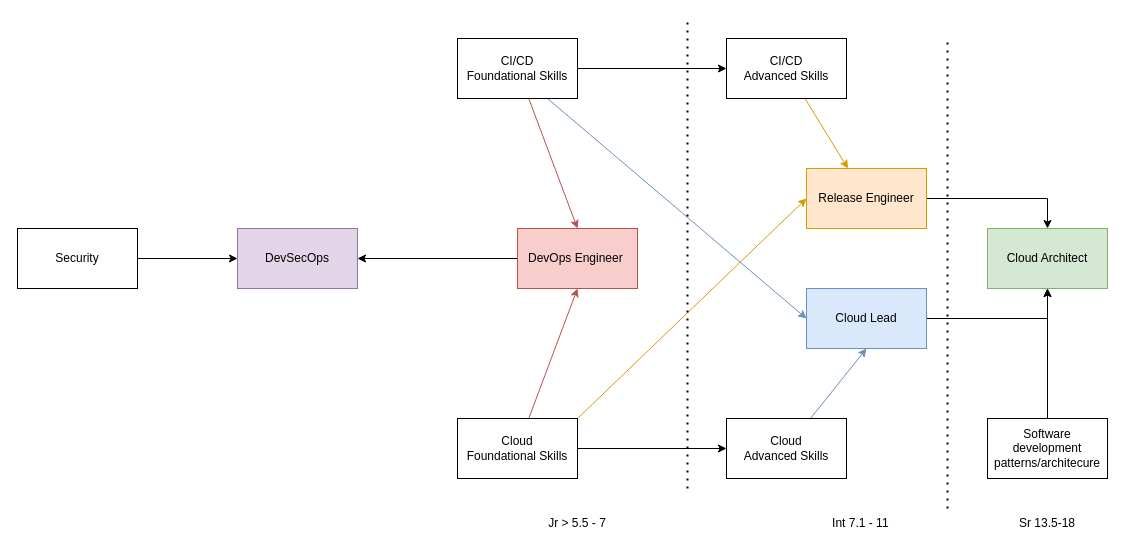
acalder88/devops keeps this draw.io diagram as Untitled Diagram.drawio. Above is the earlier version. Source tidied: cells renumbered, new cells numbered last; positions are measured from the earlier drawing's top-left corner, leaving out a move shared by most shapes. Both pictures are drawn from the tidied source at 100%, with x=0, y=0 at pixel (17, 18).
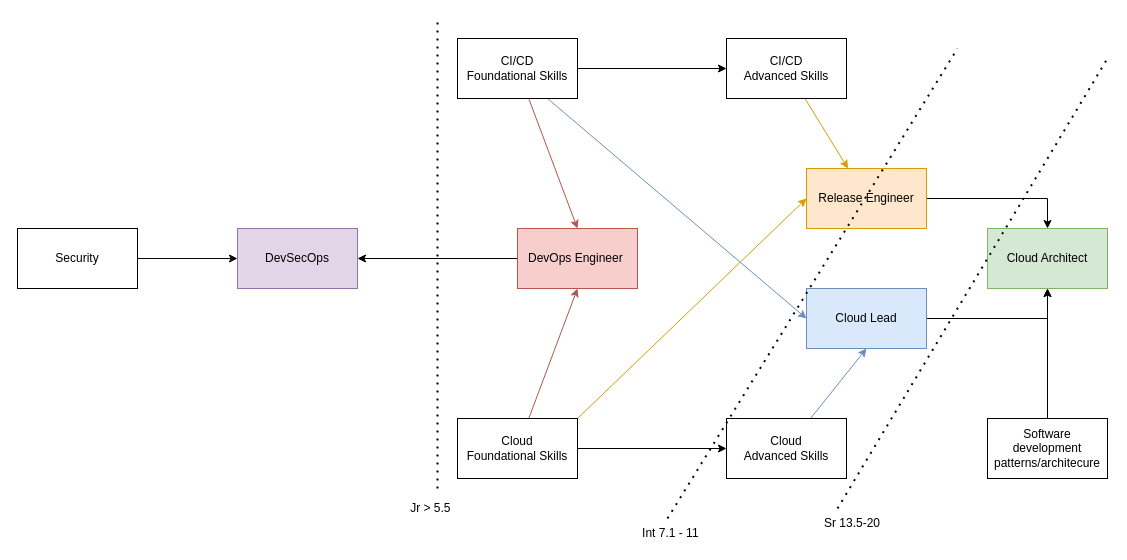
The same diagram, later.

What changed in the source:
```diff
@@
     <mxCell id="26" style="endArrow=none;dashed=1;html=1;dashPattern=1 3;strokeWidth=2;" parent="1" edge="1">
       <mxGeometry relative="1" as="geometry">
-        <mxPoint x="670" y="470" as="sourcePoint" />
-        <mxPoint x="670" as="targetPoint" />
+        <mxPoint x="420" y="470" as="sourcePoint" />
+        <mxPoint x="420" as="targetPoint" />
       </mxGeometry>
     </mxCell>
     <mxCell id="27" style="endArrow=none;dashed=1;html=1;dashPattern=1 3;strokeWidth=2;" parent="1" edge="1">
       <mxGeometry relative="1" as="geometry">
-        <mxPoint x="930" y="490" as="sourcePoint" />
-        <mxPoint x="930" y="20" as="targetPoint" />
+        <mxPoint x="650" y="500" as="sourcePoint" />
+        <mxPoint x="940" y="30" as="targetPoint" />
       </mxGeometry>
     </mxCell>
-    <mxCell id="28" value="Jr &amp;gt; 5.5 - 7" style="text;html=1;strokeColor=none;fillColor=none;align=center;verticalAlign=middle;whiteSpace=wrap;rounded=0;" parent="1" vertex="1">
-      <mxGeometry x="505" y="495" width="110" height="20" as="geometry" />
+    <mxCell id="28" value="Jr &amp;gt; 5.5&amp;nbsp;" style="text;html=1;strokeColor=none;fillColor=none;align=center;verticalAlign=middle;whiteSpace=wrap;rounded=0;" parent="1" vertex="1">
+      <mxGeometry x="360" y="480" width="110" height="20" as="geometry" />
     </mxCell>
     <mxCell id="29" value="Int 7.1 - 11&amp;nbsp;" style="text;html=1;strokeColor=none;fillColor=none;align=center;verticalAlign=middle;whiteSpace=wrap;rounded=0;" parent="1" vertex="1">
-      <mxGeometry x="800" y="495" width="90" height="20" as="geometry" />
+      <mxGeometry x="610" y="505" width="90" height="20" as="geometry" />
     </mxCell>
-    <mxCell id="30" value="Sr 13.5-18" style="text;html=1;strokeColor=none;fillColor=none;align=center;verticalAlign=middle;whiteSpace=wrap;rounded=0;" parent="1" vertex="1">
-      <mxGeometry x="995" y="495" width="70" height="20" as="geometry" />
+    <mxCell id="30" value="Sr 13.5-20" style="text;html=1;strokeColor=none;fillColor=none;align=center;verticalAlign=middle;whiteSpace=wrap;rounded=0;" parent="1" vertex="1">
+      <mxGeometry x="800" y="495" width="70" height="20" as="geometry" />
     </mxCell>
+    <mxCell id="31" style="endArrow=none;dashed=1;html=1;dashPattern=1 3;strokeWidth=2;" parent="1" edge="1">
+      <mxGeometry relative="1" as="geometry">
+        <mxPoint x="820" y="490" as="sourcePoint" />
+        <mxPoint x="1090" y="40" as="targetPoint" />
+      </mxGeometry>
+    </mxCell>
```
